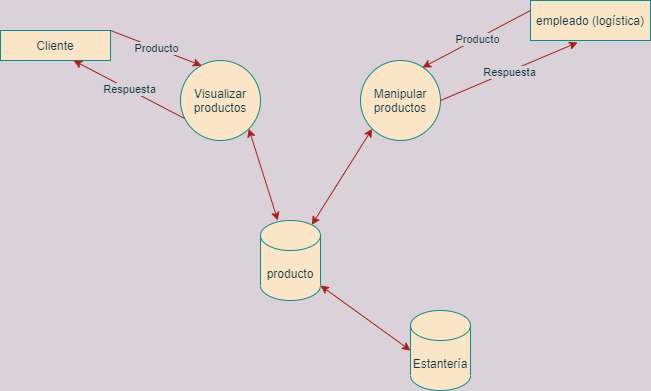
AlexAcevedo447/AlexAcevedo447 keeps this draw.io diagram as DFD-RM.drawio.png. Above is the earlier version. Source tidied: cells renumbered, new cells last; positions are measured from the earlier drawing's top-left corner, leaving out a move shared by most shapes.
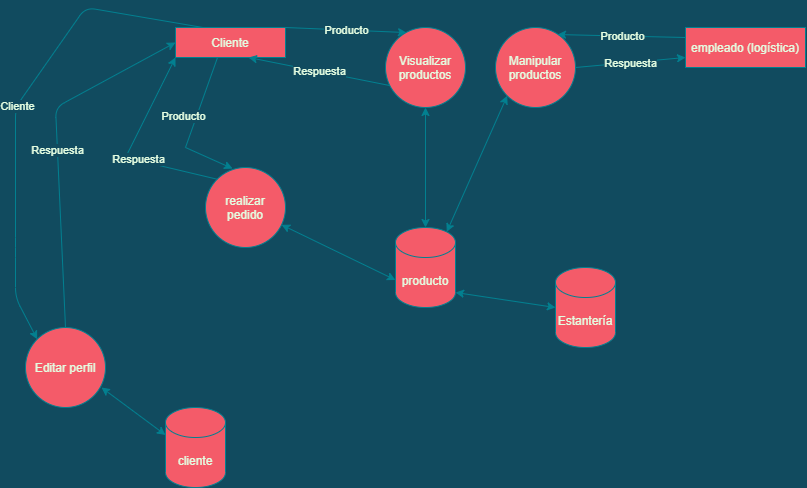
After the commit.

What changed in the source:
```diff
@@ -1,60 +1,122 @@
-<mxGraphModel background="#DAD2D8">
+<mxGraphModel background="#114B5F">
   <root>
     <mxCell id="0" />
     <mxCell id="1" parent="0" />
-    <mxCell id="2" value="Cliente" style="rounded=0;whiteSpace=wrap;html=1;fillColor=#FAE5C7;strokeColor=#0F8B8D;fontColor=#143642;" parent="1" vertex="1">
-      <mxGeometry y="30" width="110" height="30" as="geometry" />
+    <mxCell id="2" value="Cliente" style="rounded=0;whiteSpace=wrap;html=1;fillColor=#F45B69;strokeColor=#028090;fontColor=#E4FDE1;" parent="1" vertex="1">
+      <mxGeometry x="20" width="110" height="30" as="geometry" />
     </mxCell>
-    <mxCell id="3" value="producto" style="shape=cylinder3;whiteSpace=wrap;html=1;boundedLbl=1;backgroundOutline=1;size=15;fillColor=#FAE5C7;strokeColor=#0F8B8D;fontColor=#143642;" parent="1" vertex="1">
-      <mxGeometry x="260" y="220" width="60" height="80" as="geometry" />
+    <mxCell id="3" value="producto" style="shape=cylinder3;whiteSpace=wrap;html=1;boundedLbl=1;backgroundOutline=1;size=15;fillColor=#F45B69;strokeColor=#028090;fontColor=#E4FDE1;" parent="1" vertex="1">
+      <mxGeometry x="240" y="200" width="60" height="80" as="geometry" />
     </mxCell>
-    <mxCell id="4" value="Visualizar productos" style="ellipse;whiteSpace=wrap;html=1;fillColor=#FAE5C7;strokeColor=#0F8B8D;fontColor=#143642;" parent="1" vertex="1">
-      <mxGeometry x="180" y="60" width="80" height="80" as="geometry" />
+    <mxCell id="4" value="Visualizar productos" style="ellipse;whiteSpace=wrap;html=1;fillColor=#F45B69;strokeColor=#028090;fontColor=#E4FDE1;" parent="1" vertex="1">
+      <mxGeometry x="230" width="80" height="80" as="geometry" />
     </mxCell>
-    <mxCell id="5" style="endArrow=classic;startArrow=classic;html=1;rounded=0;entryX=1;entryY=1;entryDx=0;entryDy=0;labelBackgroundColor=#DAD2D8;strokeColor=#A8201A;fontColor=#143642;" parent="1" edge="1" source="3" target="4">
+    <mxCell id="5" style="endArrow=classic;startArrow=classic;html=1;rounded=0;strokeColor=#028090;fontColor=#E4FDE1;labelBackgroundColor=#114B5F;" parent="1" edge="1" source="3" target="4">
       <mxGeometry relative="1" as="geometry" />
     </mxCell>
-    <mxCell id="6" style="endArrow=classic;html=1;rounded=0;entryX=0.664;entryY=1;entryDx=0;entryDy=0;entryPerimeter=0;exitX=0.05;exitY=0.725;exitDx=0;exitDy=0;exitPerimeter=0;labelBackgroundColor=#DAD2D8;strokeColor=#A8201A;fontColor=#143642;" parent="1" edge="1" source="4" target="2">
+    <mxCell id="6" style="endArrow=classic;html=1;rounded=0;entryX=0.664;entryY=1;entryDx=0;entryDy=0;entryPerimeter=0;exitX=0.05;exitY=0.725;exitDx=0;exitDy=0;exitPerimeter=0;strokeColor=#028090;fontColor=#E4FDE1;labelBackgroundColor=#114B5F;" parent="1" edge="1" source="4" target="2">
       <mxGeometry relative="1" as="geometry" />
     </mxCell>
-    <mxCell id="7" value="Respuesta" style="edgeLabel;html=1;align=center;verticalAlign=middle;labelBackgroundColor=#DAD2D8;fontColor=#143642;" parent="6" vertex="1">
+    <mxCell id="7" value="Respuesta" style="edgeLabel;html=1;align=center;verticalAlign=middle;fontColor=#E4FDE1;labelBackgroundColor=#114B5F;" parent="6" vertex="1">
       <mxGeometry relative="1" as="geometry" />
     </mxCell>
-    <mxCell id="8" style="endArrow=classic;html=1;rounded=0;exitX=1;exitY=0;exitDx=0;exitDy=0;entryX=0.263;entryY=0.063;entryDx=0;entryDy=0;entryPerimeter=0;labelBackgroundColor=#DAD2D8;strokeColor=#A8201A;fontColor=#143642;" parent="1" edge="1" source="2" target="4">
+    <mxCell id="8" style="endArrow=classic;html=1;rounded=0;exitX=1;exitY=0;exitDx=0;exitDy=0;entryX=0.263;entryY=0.063;entryDx=0;entryDy=0;entryPerimeter=0;strokeColor=#028090;fontColor=#E4FDE1;labelBackgroundColor=#114B5F;" parent="1" edge="1" source="2" target="4">
       <mxGeometry relative="1" as="geometry" />
     </mxCell>
-    <mxCell id="9" value="Producto" style="edgeLabel;html=1;align=center;verticalAlign=middle;labelBackgroundColor=#DAD2D8;fontColor=#143642;" parent="8" vertex="1">
+    <mxCell id="9" value="Producto" style="edgeLabel;html=1;align=center;verticalAlign=middle;fontColor=#E4FDE1;labelBackgroundColor=#114B5F;" parent="8" vertex="1">
       <mxGeometry relative="1" as="geometry" />
     </mxCell>
-    <mxCell id="10" value="Manipular productos" style="ellipse;whiteSpace=wrap;html=1;fillColor=#FAE5C7;strokeColor=#0F8B8D;fontColor=#143642;" parent="1" vertex="1">
-      <mxGeometry x="360" y="60" width="80" height="80" as="geometry" />
+    <mxCell id="10" value="Manipular productos" style="ellipse;whiteSpace=wrap;html=1;fillColor=#F45B69;strokeColor=#028090;fontColor=#E4FDE1;" parent="1" vertex="1">
+      <mxGeometry x="340" width="80" height="80" as="geometry" />
     </mxCell>
-    <mxCell id="11" value="empleado (logística)" style="rounded=0;whiteSpace=wrap;html=1;fillColor=#FAE5C7;strokeColor=#0F8B8D;fontColor=#143642;" parent="1" vertex="1">
+    <mxCell id="11" value="empleado (logística)" style="rounded=0;whiteSpace=wrap;html=1;fillColor=#F45B69;strokeColor=#028090;fontColor=#E4FDE1;" parent="1" vertex="1">
       <mxGeometry x="530" width="120" height="40" as="geometry" />
     </mxCell>
-    <mxCell id="12" style="edgeStyle=orthogonalEdgeStyle;rounded=0;orthogonalLoop=1;jettySize=auto;html=1;exitX=0.5;exitY=1;exitDx=0;exitDy=0;labelBackgroundColor=#DAD2D8;strokeColor=#A8201A;fontColor=#143642;" parent="1" edge="1" source="11" target="11">
+    <mxCell id="12" style="edgeStyle=orthogonalEdgeStyle;rounded=0;orthogonalLoop=1;jettySize=auto;html=1;exitX=0.5;exitY=1;exitDx=0;exitDy=0;strokeColor=#028090;fontColor=#E4FDE1;labelBackgroundColor=#114B5F;" parent="1" edge="1" source="11" target="11">
       <mxGeometry relative="1" as="geometry" />
     </mxCell>
-    <mxCell id="13" style="endArrow=classic;html=1;rounded=0;entryX=0.775;entryY=0.088;entryDx=0;entryDy=0;entryPerimeter=0;exitX=0;exitY=0.25;exitDx=0;exitDy=0;labelBackgroundColor=#DAD2D8;strokeColor=#A8201A;fontColor=#143642;" parent="1" edge="1" source="11" target="10">
+    <mxCell id="13" style="endArrow=classic;html=1;rounded=0;entryX=0.775;entryY=0.088;entryDx=0;entryDy=0;entryPerimeter=0;exitX=0;exitY=0.25;exitDx=0;exitDy=0;strokeColor=#028090;fontColor=#E4FDE1;labelBackgroundColor=#114B5F;" parent="1" edge="1" source="11" target="10">
       <mxGeometry relative="1" as="geometry" />
     </mxCell>
-    <mxCell id="14" value="Producto" style="edgeLabel;html=1;align=center;verticalAlign=middle;labelBackgroundColor=#DAD2D8;fontColor=#143642;" parent="13" vertex="1">
+    <mxCell id="14" value="Producto" style="edgeLabel;html=1;align=center;verticalAlign=middle;fontColor=#E4FDE1;labelBackgroundColor=#114B5F;" parent="13" vertex="1">
       <mxGeometry relative="1" as="geometry" />
     </mxCell>
-    <mxCell id="15" style="endArrow=classic;startArrow=classic;html=1;rounded=0;entryX=0;entryY=1;entryDx=0;entryDy=0;exitX=0.855;exitY=0;exitDx=0;exitDy=4.35;exitPerimeter=0;labelBackgroundColor=#DAD2D8;strokeColor=#A8201A;fontColor=#143642;" parent="1" edge="1" source="3" target="10">
+    <mxCell id="15" style="endArrow=classic;startArrow=classic;html=1;rounded=0;entryX=0;entryY=1;entryDx=0;entryDy=0;exitX=0.855;exitY=0;exitDx=0;exitDy=4.35;exitPerimeter=0;strokeColor=#028090;fontColor=#E4FDE1;labelBackgroundColor=#114B5F;" parent="1" edge="1" source="3" target="10">
       <mxGeometry relative="1" as="geometry" />
     </mxCell>
-    <mxCell id="16" style="endArrow=classic;html=1;rounded=0;entryX=0.392;entryY=1.05;entryDx=0;entryDy=0;exitX=1;exitY=0.5;exitDx=0;exitDy=0;entryPerimeter=0;labelBackgroundColor=#DAD2D8;strokeColor=#A8201A;fontColor=#143642;" parent="1" edge="1" source="10" target="11">
+    <mxCell id="16" style="endArrow=classic;html=1;rounded=0;entryX=0;entryY=0.75;entryDx=0;entryDy=0;exitX=1;exitY=0.5;exitDx=0;exitDy=0;strokeColor=#028090;fontColor=#E4FDE1;labelBackgroundColor=#114B5F;" parent="1" edge="1" source="10" target="11">
       <mxGeometry relative="1" as="geometry" />
     </mxCell>
-    <mxCell id="17" value="Respuesta" style="edgeLabel;html=1;align=center;verticalAlign=middle;labelBackgroundColor=#DAD2D8;fontColor=#143642;" parent="16" vertex="1">
+    <mxCell id="17" value="Respuesta" style="edgeLabel;html=1;align=center;verticalAlign=middle;fontColor=#E4FDE1;labelBackgroundColor=#114B5F;" parent="16" vertex="1">
       <mxGeometry relative="1" as="geometry" />
     </mxCell>
-    <mxCell id="18" value="Estantería" style="shape=cylinder3;whiteSpace=wrap;html=1;boundedLbl=1;backgroundOutline=1;size=15;fillColor=#FAE5C7;strokeColor=#0F8B8D;fontColor=#143642;" parent="1" vertex="1">
-      <mxGeometry x="410" y="310" width="60" height="80" as="geometry" />
+    <mxCell id="18" value="Estantería" style="shape=cylinder3;whiteSpace=wrap;html=1;boundedLbl=1;backgroundOutline=1;size=15;fillColor=#F45B69;strokeColor=#028090;fontColor=#E4FDE1;" parent="1" vertex="1">
+      <mxGeometry x="400" y="240" width="60" height="80" as="geometry" />
     </mxCell>
-    <mxCell id="19" style="endArrow=classic;startArrow=classic;html=1;rounded=0;exitX=1;exitY=1;exitDx=0;exitDy=-15;exitPerimeter=0;entryX=0;entryY=0.5;entryDx=0;entryDy=0;entryPerimeter=0;labelBackgroundColor=#DAD2D8;strokeColor=#A8201A;fontColor=#143642;" parent="1" edge="1" source="3" target="18">
+    <mxCell id="19" style="endArrow=classic;startArrow=classic;html=1;rounded=0;exitX=1;exitY=1;exitDx=0;exitDy=-15;exitPerimeter=0;entryX=0;entryY=0.5;entryDx=0;entryDy=0;entryPerimeter=0;strokeColor=#028090;fontColor=#E4FDE1;labelBackgroundColor=#114B5F;" parent="1" edge="1" source="3" target="18">
       <mxGeometry relative="1" as="geometry" />
     </mxCell>
+    <mxCell id="20" value="realizar pedido" style="ellipse;whiteSpace=wrap;html=1;fillColor=#F45B69;strokeColor=#028090;fontColor=#E4FDE1;" parent="1" vertex="1">
+      <mxGeometry x="50" y="140" width="80" height="80" as="geometry" />
+    </mxCell>
+    <mxCell id="21" style="endArrow=classic;html=1;rounded=0;exitX=0.382;exitY=1;exitDx=0;exitDy=0;exitPerimeter=0;entryX=0.338;entryY=0.013;entryDx=0;entryDy=0;entryPerimeter=0;strokeColor=#028090;fontColor=#E4FDE1;labelBackgroundColor=#114B5F;" parent="1" edge="1" source="2" target="20">
+      <mxGeometry relative="1" as="geometry">
+        <Array as="points">
+          <mxPoint x="30" y="120" />
+        </Array>
+      </mxGeometry>
+    </mxCell>
+    <mxCell id="22" value="Producto" style="edgeLabel;html=1;align=center;verticalAlign=middle;fontColor=#E4FDE1;labelBackgroundColor=#114B5F;" parent="21" vertex="1">
+      <mxGeometry relative="1" as="geometry">
+        <mxPoint x="-10" y="-11" as="offset" />
+      </mxGeometry>
+    </mxCell>
+    <mxCell id="23" style="endArrow=classic;startArrow=classic;html=1;rounded=0;exitX=0;exitY=0;exitDx=0;exitDy=52.5;exitPerimeter=0;strokeColor=#028090;fontColor=#E4FDE1;labelBackgroundColor=#114B5F;" parent="1" edge="1" source="3" target="20">
+      <mxGeometry relative="1" as="geometry" />
+    </mxCell>
+    <mxCell id="24" style="endArrow=classic;html=1;rounded=0;exitX=0;exitY=0;exitDx=0;exitDy=0;entryX=0;entryY=1;entryDx=0;entryDy=0;strokeColor=#028090;fontColor=#E4FDE1;labelBackgroundColor=#114B5F;" parent="1" edge="1" source="20" target="2">
+      <mxGeometry relative="1" as="geometry">
+        <Array as="points">
+          <mxPoint x="-30" y="130" />
+        </Array>
+      </mxGeometry>
+    </mxCell>
+    <mxCell id="25" value="Respuesta" style="edgeLabel;html=1;align=center;verticalAlign=middle;fontColor=#E4FDE1;labelBackgroundColor=#114B5F;" parent="24" vertex="1">
+      <mxGeometry relative="1" as="geometry">
+        <mxPoint x="9" y="9" as="offset" />
+      </mxGeometry>
+    </mxCell>
+    <mxCell id="26" value="cliente" style="shape=cylinder3;whiteSpace=wrap;html=1;boundedLbl=1;backgroundOutline=1;size=15;rounded=0;sketch=0;fontColor=#E4FDE1;strokeColor=#028090;fillColor=#F45B69;" parent="1" vertex="1">
+      <mxGeometry x="10" y="380" width="60" height="80" as="geometry" />
+    </mxCell>
+    <mxCell id="27" value="Editar perfil" style="ellipse;whiteSpace=wrap;html=1;rounded=0;sketch=0;fontColor=#E4FDE1;strokeColor=#028090;fillColor=#F45B69;" parent="1" vertex="1">
+      <mxGeometry x="-130" y="300" width="80" height="80" as="geometry" />
+    </mxCell>
+    <mxCell id="28" style="endArrow=classic;startArrow=classic;html=1;rounded=1;sketch=0;fontColor=#E4FDE1;strokeColor=#028090;fillColor=#F45B69;curved=0;entryX=0.95;entryY=0.75;entryDx=0;entryDy=0;entryPerimeter=0;exitX=0;exitY=0;exitDx=0;exitDy=27.5;exitPerimeter=0;labelBackgroundColor=#114B5F;" parent="1" edge="1" source="26" target="27">
+      <mxGeometry relative="1" as="geometry" />
+    </mxCell>
+    <mxCell id="29" style="endArrow=classic;html=1;rounded=1;sketch=0;fontColor=#E4FDE1;strokeColor=#028090;fillColor=#F45B69;curved=0;exitX=0.25;exitY=0;exitDx=0;exitDy=0;entryX=0;entryY=0;entryDx=0;entryDy=0;labelBackgroundColor=#114B5F;" parent="1" edge="1" source="2" target="27">
+      <mxGeometry relative="1" as="geometry">
+        <Array as="points">
+          <mxPoint x="-70" y="-20" />
+          <mxPoint x="-140" y="80" />
+          <mxPoint x="-140" y="220" />
+          <mxPoint x="-140" y="270" />
+        </Array>
+      </mxGeometry>
+    </mxCell>
+    <mxCell id="30" value="Cliente" style="edgeLabel;html=1;align=center;verticalAlign=middle;rounded=0;sketch=0;fontColor=#E4FDE1;strokeColor=#028090;fillColor=#F45B69;labelBackgroundColor=#114B5F;" parent="29" vertex="1">
+      <mxGeometry relative="1" as="geometry" />
+    </mxCell>
+    <mxCell id="31" style="endArrow=classic;html=1;rounded=1;sketch=0;fontColor=#E4FDE1;strokeColor=#028090;fillColor=#F45B69;curved=0;exitX=0.5;exitY=0;exitDx=0;exitDy=0;entryX=0;entryY=0.5;entryDx=0;entryDy=0;labelBackgroundColor=#114B5F;" parent="1" edge="1" source="27" target="2">
+      <mxGeometry relative="1" as="geometry">
+        <Array as="points">
+          <mxPoint x="-100" y="80" />
+        </Array>
+      </mxGeometry>
+    </mxCell>
+    <mxCell id="32" value="Respuesta" style="edgeLabel;html=1;align=center;verticalAlign=middle;rounded=0;sketch=0;fontColor=#E4FDE1;strokeColor=#028090;fillColor=#F45B69;labelBackgroundColor=#114B5F;" parent="31" vertex="1">
+      <mxGeometry relative="1" as="geometry" />
+    </mxCell>
   </root>
 </mxGraphModel>
```
